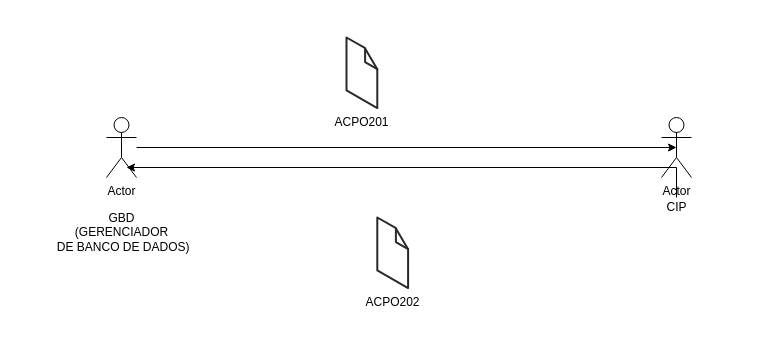
Above: Untitled Diagram.drawio in yurekesley/uml (draw.io), before the change. Source tidied: cells renumbered, new cells numbered last; positions are measured from the earlier drawing's top-left corner, leaving out a move shared by most shapes. Both pictures are drawn from the tidied source at 100%, with x=0, y=0 at pixel (46, 37).
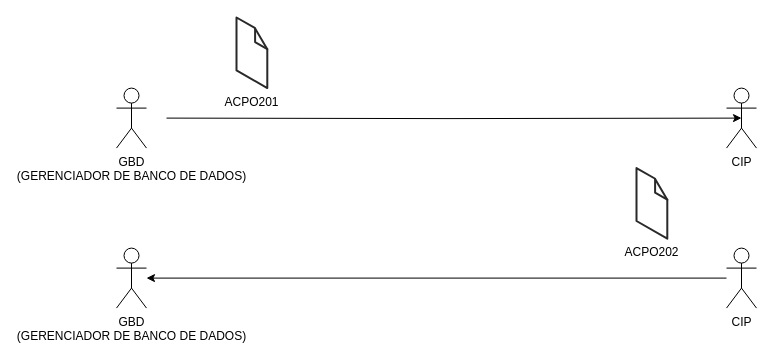
Above is the later version.

The edit, as a diff of the source:
```diff
@@
 <mxGraphModel>
   <root>
     <mxCell id="0" />
     <mxCell id="1" parent="0" />
-    <mxCell id="2" style="edgeStyle=orthogonalEdgeStyle;rounded=0;jettySize=auto;html=1;entryX=0.5;entryY=0.5;entryDx=0;entryDy=0;entryPerimeter=0;" parent="1" edge="1" source="3" target="4">
-      <mxGeometry relative="1" as="geometry" />
+    <mxCell id="2" style="edgeStyle=orthogonalEdgeStyle;rounded=0;jettySize=auto;html=1;entryX=0.5;entryY=0.5;entryDx=0;entryDy=0;entryPerimeter=0;" parent="1" edge="1" target="4">
+      <mxGeometry relative="1" as="geometry">
+        <mxPoint x="120" y="80.6" as="sourcePoint" />
+      </mxGeometry>
     </mxCell>
-    <mxCell id="3" value="Actor" style="shape=umlActor;verticalLabelPosition=bottom;verticalAlign=top;html=1;outlineConnect=0;" parent="1" vertex="1">
-      <mxGeometry x="60" y="80" width="30" height="60" as="geometry" />
-    </mxCell>
-    <mxCell id="4" value="Actor" style="shape=umlActor;verticalLabelPosition=bottom;verticalAlign=top;html=1;" parent="1" vertex="1">
-      <mxGeometry x="615" y="80" width="30" height="60" as="geometry" />
+    <mxCell id="4" value="CIP&lt;br&gt;" style="shape=umlActor;verticalLabelPosition=bottom;verticalAlign=top;html=1;" parent="1" vertex="1">
+      <mxGeometry x="680" y="50.6" width="30" height="60" as="geometry" />
     </mxCell>
-    <mxCell id="5" value="&lt;span&gt;GBD&lt;/span&gt;&lt;br&gt;&lt;span&gt;(GERENCIADOR&lt;/span&gt;&lt;br&gt;&lt;span&gt;&amp;nbsp;DE BANCO DE DADOS)&lt;/span&gt;" style="text;html=1;align=center;verticalAlign=middle;" parent="1" vertex="1">
-      <mxGeometry y="170" width="150" height="50" as="geometry" />
-    </mxCell>
-    <mxCell id="6" style="edgeStyle=orthogonalEdgeStyle;rounded=0;jettySize=auto;html=1;" parent="1" edge="1" source="7">
-      <mxGeometry relative="1" as="geometry">
-        <mxPoint x="80" y="130" as="targetPoint" />
-        <Array as="points">
-          <mxPoint x="630" y="130" />
-          <mxPoint x="80" y="130" />
-        </Array>
-      </mxGeometry>
-    </mxCell>
-    <mxCell id="7" value="CIP&lt;br&gt;" style="text;html=1;align=center;verticalAlign=middle;points=[];" parent="1" vertex="1">
-      <mxGeometry x="610" y="160" width="40" height="20" as="geometry" />
-    </mxCell>
     <mxCell id="8" value="ACPO201" style="verticalLabelPosition=bottom;html=1;verticalAlign=top;strokeWidth=1;align=center;dashed=0;shape=mxgraph.aws3d.file;strokeColor=#292929;" parent="1" vertex="1">
-      <mxGeometry x="300" width="30.8" height="70.6" as="geometry" />
+      <mxGeometry x="190" y="-20" width="30.8" height="70.6" as="geometry" />
     </mxCell>
     <mxCell id="9" value="ACPO202" style="verticalLabelPosition=bottom;html=1;verticalAlign=top;strokeWidth=1;align=center;dashed=0;shape=mxgraph.aws3d.file;strokeColor=#292929;" parent="1" vertex="1">
-      <mxGeometry x="330.8" y="180" width="30.8" height="70.6" as="geometry" />
+      <mxGeometry x="590" y="130.6" width="30.8" height="70.6" as="geometry" />
     </mxCell>
+    <mxCell id="10" value="GBD &lt;br&gt;(GERENCIADOR DE BANCO DE DADOS)" style="shape=umlActor;verticalLabelPosition=bottom;verticalAlign=top;html=1;" parent="1" vertex="1">
+      <mxGeometry x="70" y="50.6" width="30" height="60" as="geometry" />
+    </mxCell>
+    <mxCell id="11" style="edgeStyle=orthogonalEdgeStyle;rounded=0;jettySize=auto;html=1;" parent="1" edge="1" source="7" target="12">
+      <mxGeometry relative="1" as="geometry" />
+    </mxCell>
+    <mxCell id="7" value="CIP&lt;br&gt;" style="shape=umlActor;verticalLabelPosition=bottom;verticalAlign=top;html=1;" parent="1" vertex="1">
+      <mxGeometry x="680" y="210.6" width="30" height="60" as="geometry" />
+    </mxCell>
+    <mxCell id="12" value="GBD &lt;br&gt;(GERENCIADOR DE BANCO DE DADOS)" style="shape=umlActor;verticalLabelPosition=bottom;verticalAlign=top;html=1;outlineConnect=0;" parent="1" vertex="1">
+      <mxGeometry x="70" y="210.6" width="30" height="60" as="geometry" />
+    </mxCell>
   </root>
 </mxGraphModel>
```
